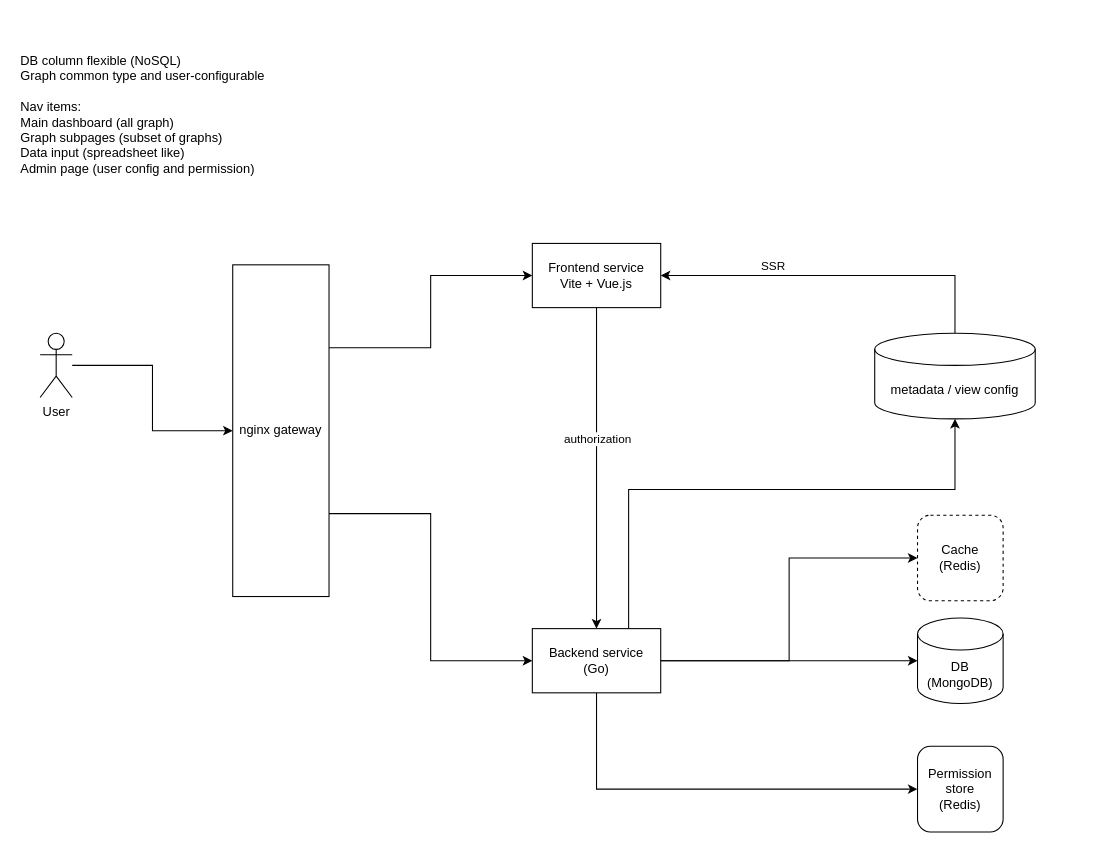
DavidTan0527/EC-admin-dashboard keeps this draw.io diagram as docs/architecturedrawio.drawio. Above is the earlier version. Source tidied: cells renumbered, new cells numbered last; positions are measured from the earlier drawing's top-left corner, leaving out a move shared by most shapes. Both pictures are drawn from the tidied source at 107%, with x=0, y=0 at pixel (18, 18).
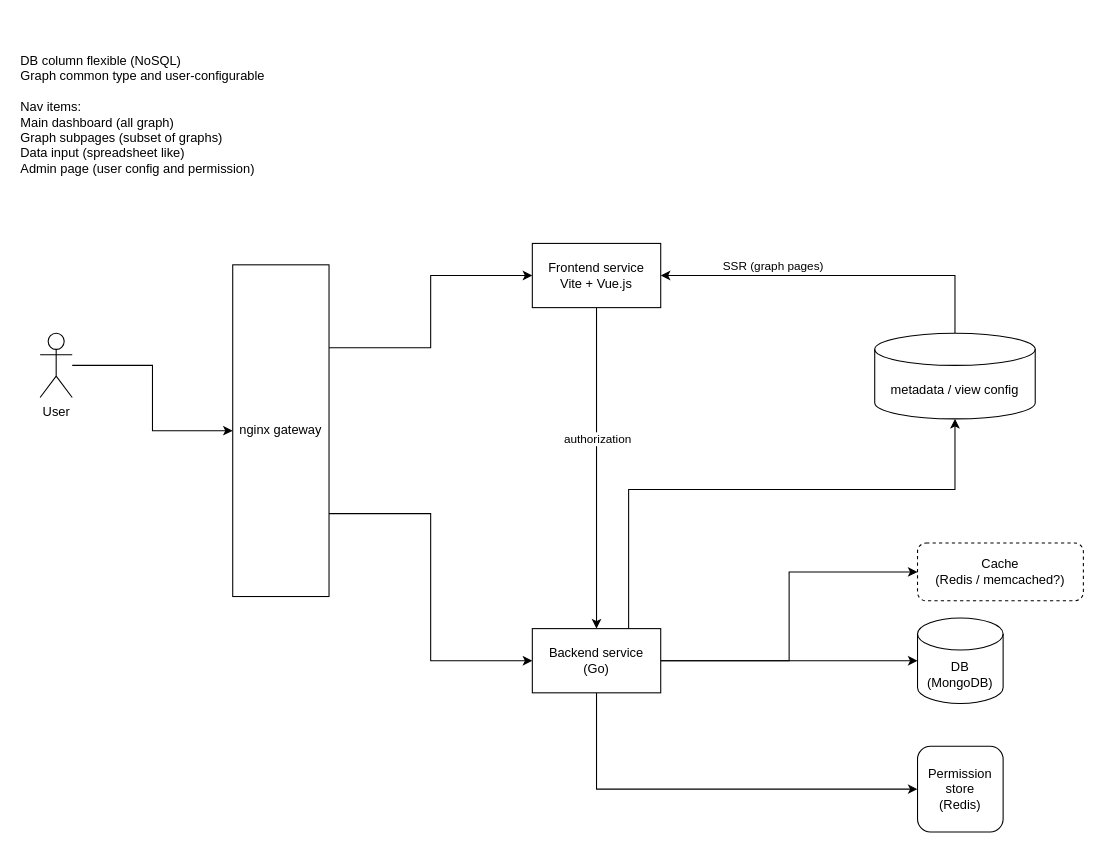
After the change.

The change refers to these unchanged cells:
```xml
<mxCell id="17" style="edgeStyle=orthogonalEdgeStyle;rounded=0;jettySize=auto;html=1;exitX=0.5;exitY=0;exitDx=0;exitDy=0;exitPerimeter=0;entryX=1;entryY=0.5;entryDx=0;entryDy=0;" parent="1" edge="1" source="19" target="10">
  <mxGeometry relative="1" as="geometry" />
</mxCell>
```

What changed in the source:
```diff
@@
-    <mxCell id="15" value="Cache&lt;div&gt;(Redis)&lt;/div&gt;" style="rounded=1;whiteSpace=wrap;html=1;strokeColor=default;dashed=1;" parent="1" vertex="1">
-      <mxGeometry x="840" y="464" width="80" height="80" as="geometry" />
+    <mxCell id="15" value="Cache&lt;div&gt;(Redis / memcached?)&lt;/div&gt;" style="rounded=1;whiteSpace=wrap;html=1;strokeColor=default;dashed=1;" parent="1" vertex="1">
+      <mxGeometry x="840" y="490" width="155" height="54" as="geometry" />
     </mxCell>
@@
-    <mxCell id="18" value="SSR" style="edgeLabel;html=1;align=center;verticalAlign=middle;" parent="17" vertex="1">
+    <mxCell id="18" value="SSR (graph pages)" style="edgeLabel;html=1;align=center;verticalAlign=middle;" parent="17" vertex="1">
       <mxGeometry x="0.35" y="1" relative="1" as="geometry">
         <mxPoint x="-3" y="-11" as="offset" />
       </mxGeometry>
     </mxCell>
```
